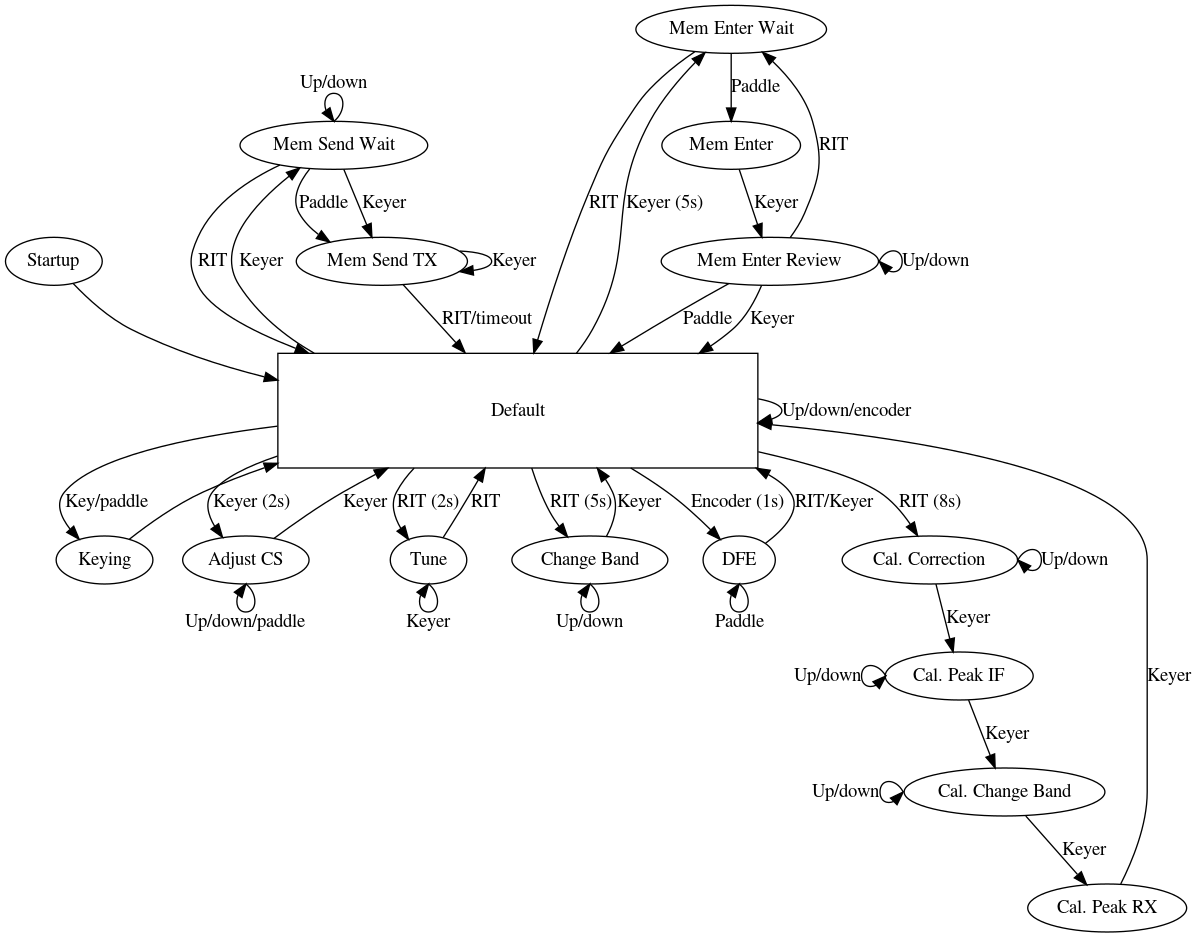
Before: README/states.png, a diagram exported from Graphviz (camilstaps/ATSAMF-source). Its source is kept beside it as README/states.dot. The source it was exported from:
```dot
digraph {
	startup [label="Startup"];
	default [label="Default", shape=rectangle, width=5, height=1.2];
	keying [label="Keying"];
	adjust_cs [label="Adjust CS"];
	tune [label="Tune"];
	change_band [label="Change Band"];
	dfe [label="DFE"];
	mem_send_wait [label="Mem Send Wait"];
	mem_send_tx [label="Mem Send TX"];
	mem_enter_wait [label="Mem Enter Wait"];
	mem_enter [label="Mem Enter"];
	mem_enter_review [label="Mem Enter Review"];
	cal_correction [label="Cal. Correction"];
	cal_peak_if [label="Cal. Peak IF"];
	cal_change_band [label="Cal. Change Band"];
	cal_peak_rx [label="Cal. Peak RX"];

	startup -> default;

	default -> default [label="Up/down/encoder"];

	default -> keying [label="Key/paddle"];
	keying -> default;

	default -> adjust_cs [label="Keyer (2s)"];
	adjust_cs:s -> adjust_cs:s [label="Up/down/paddle"];
	adjust_cs -> default [label="Keyer"];

	default -> tune [label="RIT (2s)"];
	tune:s -> tune:s [label="Keyer"];
	tune -> default [label="RIT"];

	default -> change_band [label="RIT (5s)"];
	change_band:s -> change_band:s [label="Up/down"];
	change_band -> default [label="Keyer"];

	default -> dfe [label="Encoder (1s)"];
	dfe:s -> dfe:s [label="Paddle"];
	dfe -> default [label="RIT/Keyer"];

	default -> mem_send_wait [label="Keyer", constraint=false];
	mem_send_wait -> default [label="RIT"];
	mem_send_wait:n -> mem_send_wait:n [label="Up/down"]
	mem_send_wait -> mem_send_tx [label="Paddle", constraint=false];
	mem_send_wait -> mem_send_tx [label="Keyer"];
	mem_send_tx -> mem_send_tx [label="Keyer"];
	mem_send_tx -> default [label="RIT/timeout"];

	default -> mem_enter_wait [label="Keyer (5s)", constraint=false];
	mem_enter_wait -> default [label="RIT"];
	mem_enter_wait -> mem_enter [label="Paddle"];
	mem_enter -> mem_enter_review [label="Keyer"];
	mem_enter_review -> mem_enter_wait [label="RIT"];
	mem_enter_review:e -> mem_enter_review:e [label="Up/down"];
	mem_enter_review -> default [label="Paddle"];
	mem_enter_review -> default [label="Keyer"];

	default -> cal_correction [label="RIT (8s)"];
	cal_correction:e -> cal_correction:e [label="Up/down"];
	cal_correction -> cal_peak_if [label="Keyer"];
	cal_peak_if:w -> cal_peak_if:w [label="Up/down"];
	cal_peak_if -> cal_change_band [label="Keyer"];
	cal_change_band:w -> cal_change_band:w [label="Up/down"];
	cal_change_band -> cal_peak_rx [label="Keyer"];
	cal_peak_rx -> default [label="Keyer"];
}
```
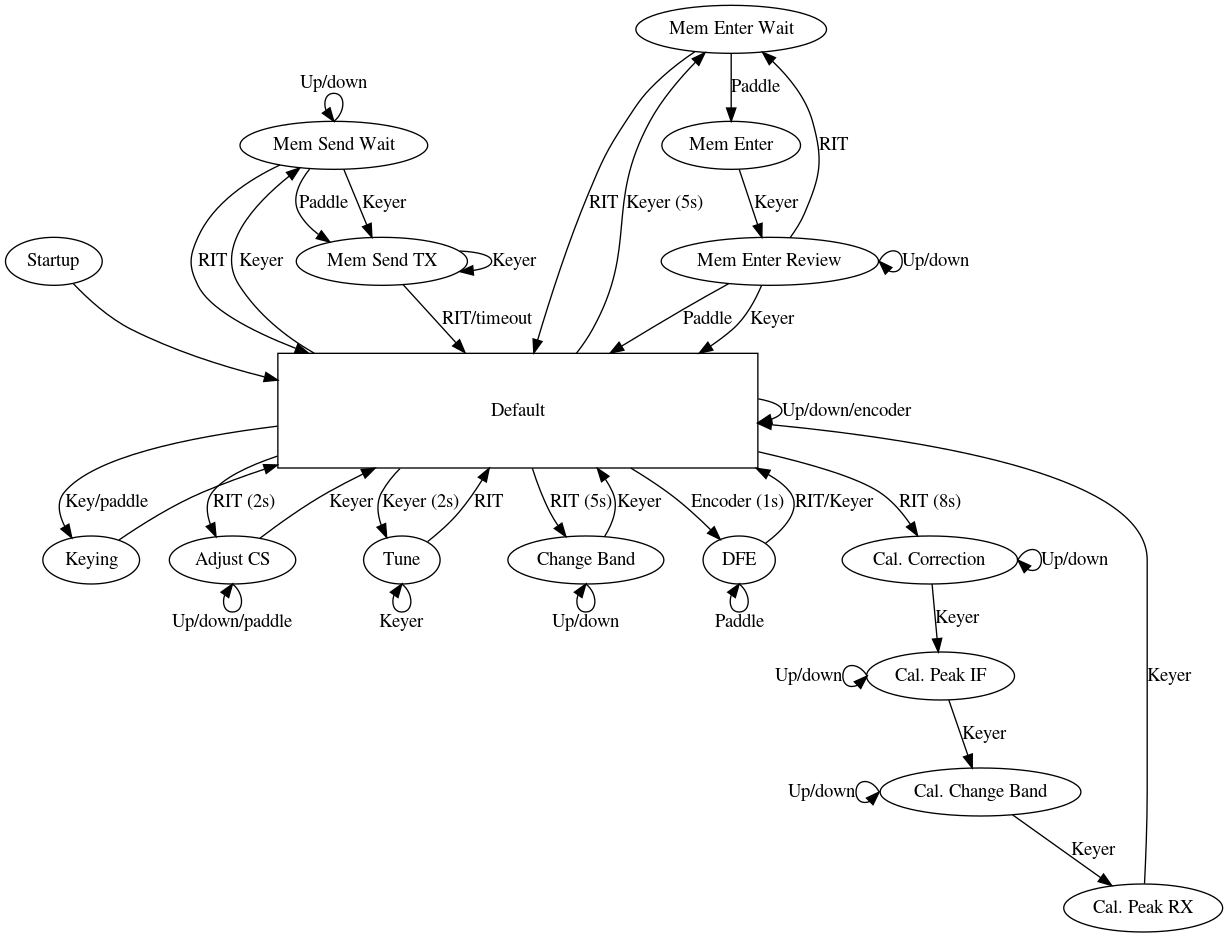
The same diagram one commit later.

Commit message:
Move tune mode to Keyer menu and CW speed to RIT menu

The edit, as a diff of the source:
```diff
@@ -23,11 +23,11 @@
 	default -> keying [label="Key/paddle"];
 	keying -> default;
 
-	default -> adjust_cs [label="Keyer (2s)"];
+	default -> adjust_cs [label="RIT (2s)"];
 	adjust_cs:s -> adjust_cs:s [label="Up/down/paddle"];
 	adjust_cs -> default [label="Keyer"];
 
-	default -> tune [label="RIT (2s)"];
+	default -> tune [label="Keyer (2s)"];
 	tune:s -> tune:s [label="Keyer"];
 	tune -> default [label="RIT"];
 
```
